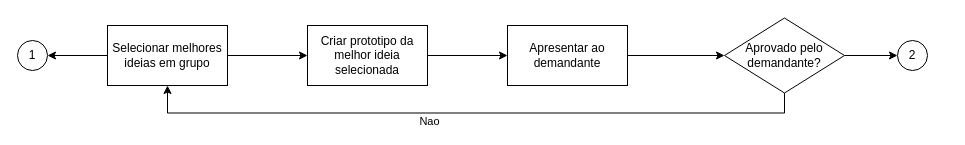
lealgabryell/lealgabryell keeps this draw.io diagram as page "1" (2 of 3) of FluxogramaProjetoIntegrador.drawio. Above is the earlier version. Source tidied: cells renumbered, new cells numbered last; positions are measured from the earlier drawing's top-left corner, leaving out a move shared by most shapes. Both pictures are drawn from the tidied source at 100%, with x=0, y=0 at pixel (17, 18).
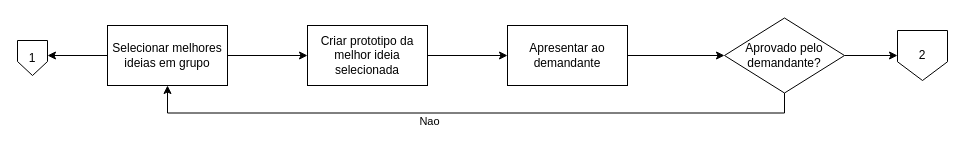
The same page after the edit.

Diff of the diagram source:
```diff
@@
 <mxGraphModel>
   <root>
     <mxCell id="0" />
     <mxCell id="1" parent="0" />
-    <mxCell id="2" value="1" style="ellipse;whiteSpace=wrap;html=1;" parent="1" vertex="1">
-      <mxGeometry y="22" width="30" height="30" as="geometry" />
-    </mxCell>
-    <mxCell id="3" style="edgeStyle=orthogonalEdgeStyle;rounded=0;jettySize=auto;html=1;" parent="1" edge="1" source="5" target="2">
-      <mxGeometry relative="1" as="geometry" />
+    <mxCell id="3" style="edgeStyle=orthogonalEdgeStyle;rounded=0;jettySize=auto;html=1;" parent="1" edge="1" source="5">
+      <mxGeometry relative="1" as="geometry">
+        <mxPoint x="30" y="37" as="targetPoint" />
+      </mxGeometry>
     </mxCell>
     <mxCell id="4" style="edgeStyle=orthogonalEdgeStyle;rounded=0;jettySize=auto;html=1;" parent="1" edge="1" source="5" target="7">
       <mxGeometry relative="1" as="geometry" />
     </mxCell>
     <mxCell id="5" value="Selecionar melhores ideias em grupo" style="rounded=0;whiteSpace=wrap;html=1;" parent="1" vertex="1">
       <mxGeometry x="90" y="7" width="120" height="60" as="geometry" />
     </mxCell>
     <mxCell id="6" style="edgeStyle=orthogonalEdgeStyle;rounded=0;jettySize=auto;html=1;" parent="1" edge="1" source="7" target="9">
       <mxGeometry relative="1" as="geometry" />
     </mxCell>
     <mxCell id="7" value="Criar prototipo da melhor ideia selecionada" style="whiteSpace=wrap;html=1;rounded=0;" parent="1" vertex="1">
       <mxGeometry x="290" y="7" width="120" height="60" as="geometry" />
     </mxCell>
     <mxCell id="8" style="edgeStyle=orthogonalEdgeStyle;rounded=0;jettySize=auto;html=1;" parent="1" edge="1" source="9" target="13">
       <mxGeometry relative="1" as="geometry" />
     </mxCell>
     <mxCell id="9" value="Apresentar ao demandante" style="whiteSpace=wrap;html=1;rounded=0;" parent="1" vertex="1">
       <mxGeometry x="490" y="7" width="120" height="60" as="geometry" />
     </mxCell>
     <mxCell id="10" style="edgeStyle=orthogonalEdgeStyle;rounded=0;jettySize=auto;html=1;exitX=0.5;exitY=1;exitDx=0;exitDy=0;entryX=0.5;entryY=1;entryDx=0;entryDy=0;" parent="1" edge="1" source="13" target="5">
       <mxGeometry relative="1" as="geometry" />
     </mxCell>
     <mxCell id="11" value="Nao" style="edgeLabel;html=1;align=center;verticalAlign=middle;" parent="10" vertex="1">
       <mxGeometry x="0.37" y="2" relative="1" as="geometry">
         <mxPoint x="79" y="6" as="offset" />
       </mxGeometry>
     </mxCell>
-    <mxCell id="12" style="edgeStyle=orthogonalEdgeStyle;rounded=0;jettySize=auto;html=1;" parent="1" edge="1" source="13" target="14">
-      <mxGeometry relative="1" as="geometry" />
+    <mxCell id="12" style="edgeStyle=orthogonalEdgeStyle;rounded=0;jettySize=auto;html=1;" parent="1" edge="1" source="13">
+      <mxGeometry relative="1" as="geometry">
+        <mxPoint x="880" y="37" as="targetPoint" />
+      </mxGeometry>
     </mxCell>
     <mxCell id="13" value="Aprovado pelo demandante?" style="rhombus;whiteSpace=wrap;html=1;rounded=0;" parent="1" vertex="1">
       <mxGeometry x="707" y="-0.5" width="120" height="75" as="geometry" />
     </mxCell>
+    <mxCell id="2" value="1" style="shape=offPageConnector;whiteSpace=wrap;html=1;size=0.4;" parent="1" vertex="1">
+      <mxGeometry y="22" width="30" height="35" as="geometry" />
+    </mxCell>
-    <mxCell id="14" value="2" style="ellipse;whiteSpace=wrap;html=1;" parent="1" vertex="1">
-      <mxGeometry x="880" y="22" width="30" height="30" as="geometry" />
+    <mxCell id="14" value="2" style="shape=offPageConnector;whiteSpace=wrap;html=1;" parent="1" vertex="1">
+      <mxGeometry x="880" y="12" width="50" height="50" as="geometry" />
     </mxCell>
   </root>
 </mxGraphModel>
```
